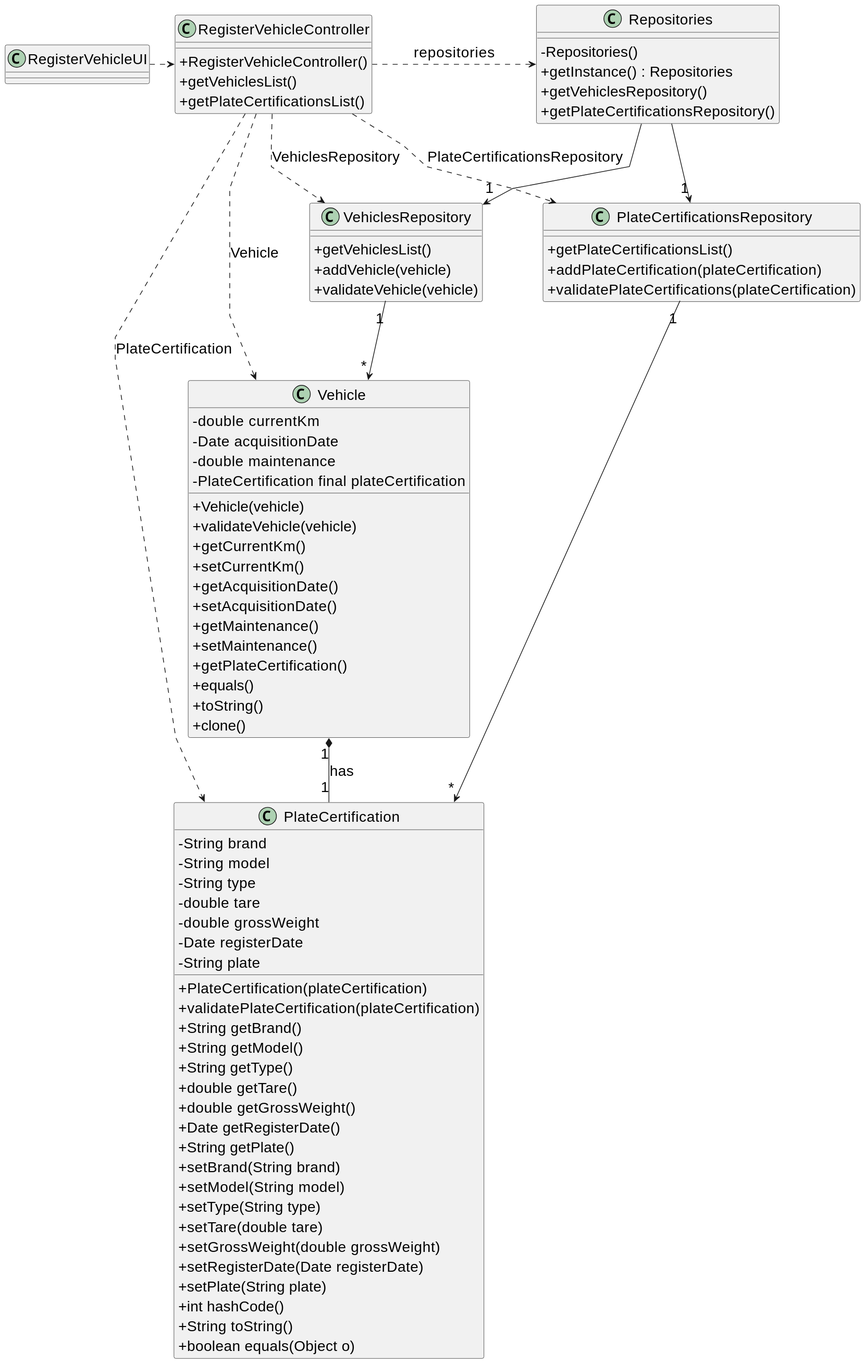
The PlantUML diagram docs/sprint2/us006/03.design/svg/us006-class-diagram.svg in 1231360-ISEP/lei-24-s2-1db-g021, before a commit.
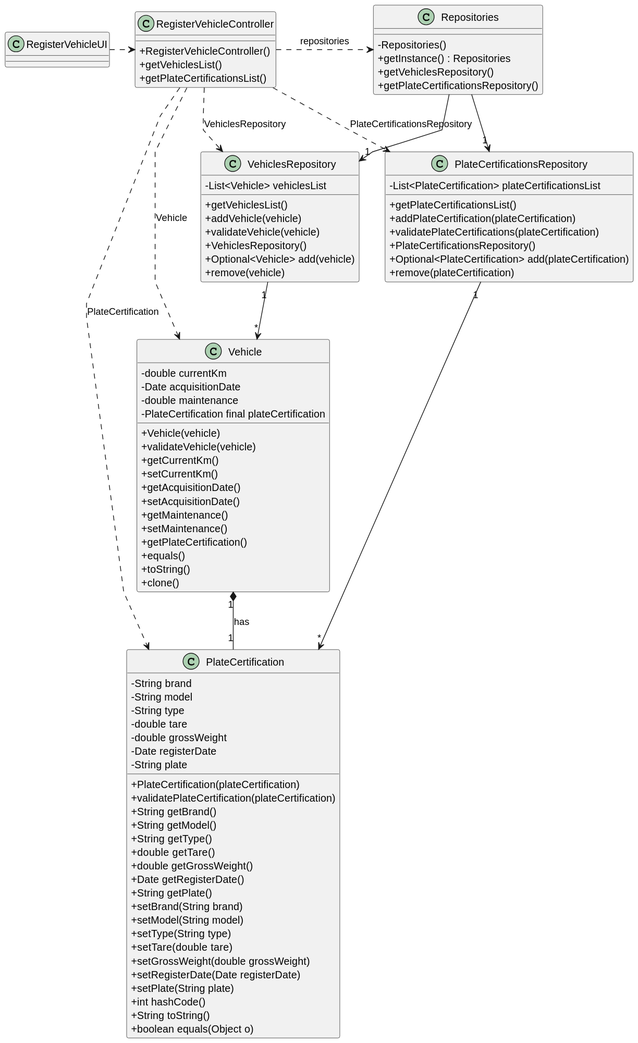
Above is the later version.

The edit, as a diff of the source:
```diff
@@ -1,5 +1,4 @@
 @startuml
-skinparamlocked defaultFontSize 20
 skinparam packageStyle rectangle
 skinparam shadowing false
 skinparam linetype polyline
@@ -44,6 +43,10 @@
     + getVehiclesList()
     + addVehicle(vehicle)
     + validateVehicle(vehicle)
+    - List<Vehicle> vehiclesList
+    + VehiclesRepository()
+    + Optional<Vehicle> add(vehicle)
+    + remove(vehicle)
 }
 
 class PlateCertification {
@@ -79,6 +82,10 @@
     + getPlateCertificationsList()
     + addPlateCertification(plateCertification)
     + validatePlateCertifications(plateCertification)
+    - List<PlateCertification> plateCertificationsList
+    + PlateCertificationsRepository()
+    + Optional<PlateCertification> add(plateCertification)
+    + remove(plateCertification)
 }
 
 RegisterVehicleUI .> RegisterVehicleController
```
